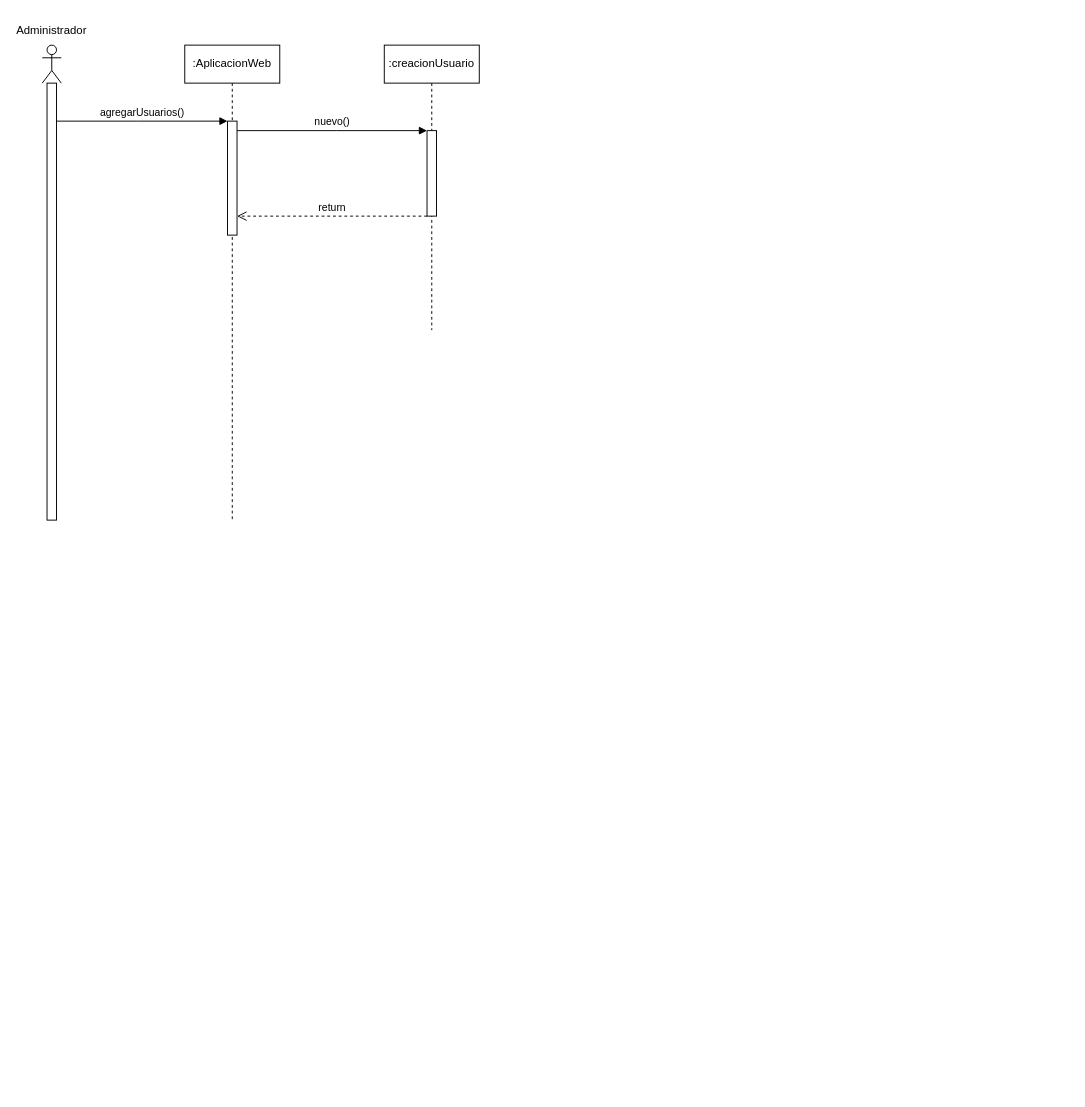
Before: diagramasSecuencias.drawio in jiPEYgi/diagramasModelamiento, a draw.io diagram. Source tidied: cells renumbered, new cells numbered last; positions are measured from the earlier drawing's top-left corner, leaving out a move shared by most shapes. Both pictures are drawn from the tidied source at 95%, with x=0, y=0 at pixel (23, 16).
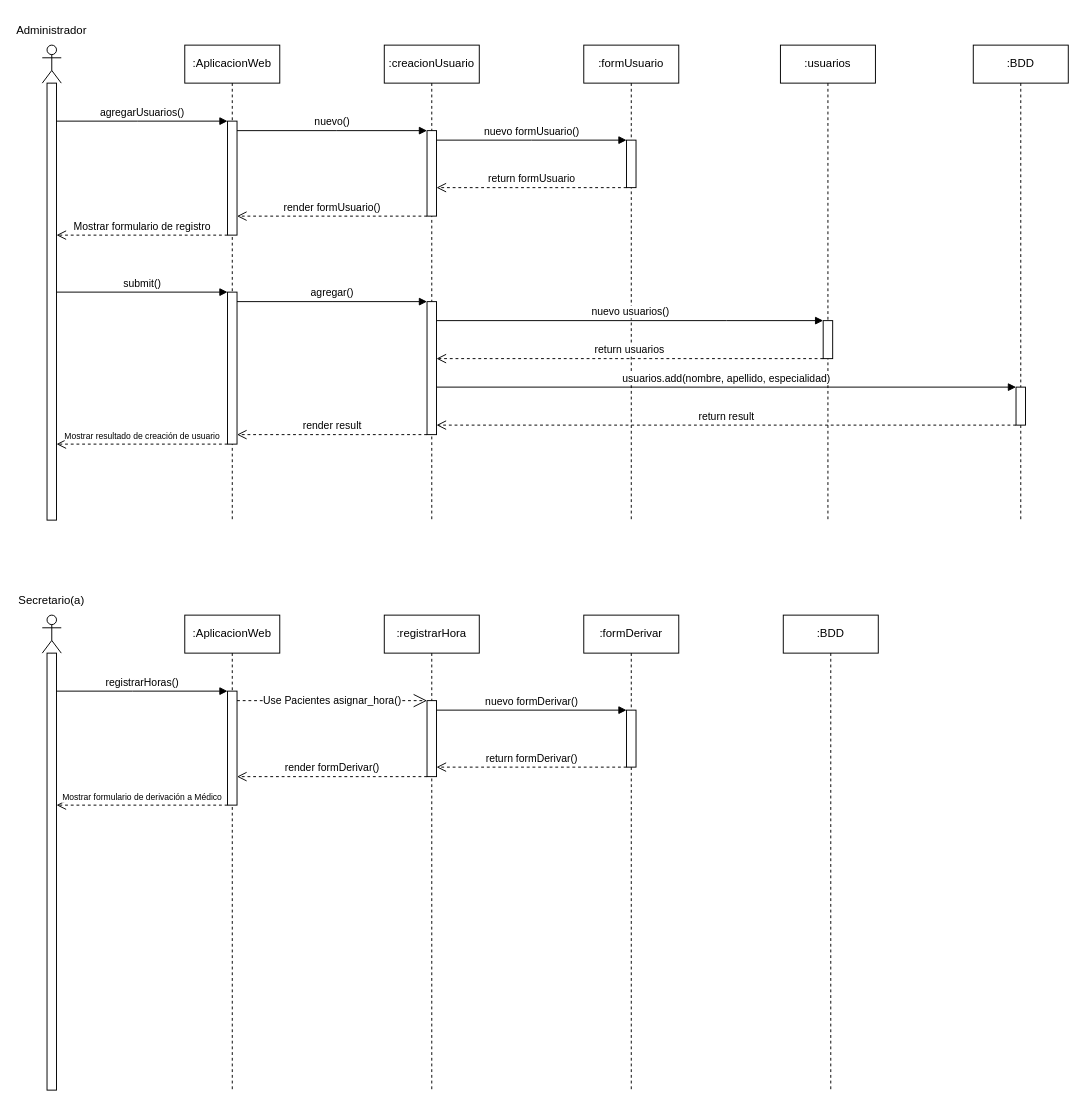
After the change.

Unchanged cells that the change refers to:
```xml
<mxCell id="5" value=":AplicacionWeb" style="shape=umlLifeline;perimeter=lifelinePerimeter;whiteSpace=wrap;html=1;newEdgeStyle={&quot;curved&quot;:0,&quot;rounded&quot;:0};" parent="1" vertex="1">
  <mxGeometry x="170" y="30" width="100" height="500" as="geometry" />
</mxCell>
<mxCell id="6" style="html=1;points=[[0,0,0,0,5],[0,1,0,0,-5],[1,0,0,0,5],[1,1,0,0,-5]];perimeter=orthogonalPerimeter;outlineConnect=0;targetShapes=umlLifeline;portConstraint=eastwest;newEdgeStyle={&quot;curved&quot;:0,&quot;rounded&quot;:0};" parent="5" vertex="1">
  <mxGeometry x="45" y="80" width="10" height="120" as="geometry" />
</mxCell>
<mxCell id="9" style="html=1;points=[[0,0,0,0,5],[0,1,0,0,-5],[1,0,0,0,5],[1,1,0,0,-5]];perimeter=orthogonalPerimeter;outlineConnect=0;targetShapes=umlLifeline;portConstraint=eastwest;newEdgeStyle={&quot;curved&quot;:0,&quot;rounded&quot;:0};" parent="8" vertex="1">
  <mxGeometry x="45" y="90" width="10" height="90" as="geometry" />
</mxCell>
```

What changed in the source:
```diff
@@
+    <mxCell id="12" style="html=1;points=[[0,0,0,0,5],[0,1,0,0,-5],[1,0,0,0,5],[1,1,0,0,-5]];perimeter=orthogonalPerimeter;outlineConnect=0;targetShapes=umlLifeline;portConstraint=eastwest;newEdgeStyle={&quot;curved&quot;:0,&quot;rounded&quot;:0};" parent="5" vertex="1">
+      <mxGeometry x="45" y="260" width="10" height="160" as="geometry" />
+    </mxCell>
@@
     <mxCell id="8" value=":creacionUsuario" style="shape=umlLifeline;perimeter=lifelinePerimeter;whiteSpace=wrap;html=1;newEdgeStyle={&quot;curved&quot;:0,&quot;rounded&quot;:0};" parent="1" vertex="1">
-      <mxGeometry x="380" y="30" width="100" height="300" as="geometry" />
+      <mxGeometry x="380" y="30" width="100" height="500" as="geometry" />
     </mxCell>
@@
+    <mxCell id="13" style="html=1;points=[[0,0,0,0,5],[0,1,0,0,-5],[1,0,0,0,5],[1,1,0,0,-5]];perimeter=orthogonalPerimeter;outlineConnect=0;targetShapes=umlLifeline;portConstraint=eastwest;newEdgeStyle={&quot;curved&quot;:0,&quot;rounded&quot;:0};" parent="8" vertex="1">
+      <mxGeometry x="45" y="270" width="10" height="140" as="geometry" />
+    </mxCell>
@@
-    <mxCell id="11" value="return" style="html=1;verticalAlign=bottom;endArrow=open;dashed=1;endSize=8;curved=0;rounded=0;" parent="1" edge="1" source="9" target="6">
+    <mxCell id="11" value="render formUsuario()" style="html=1;verticalAlign=bottom;endArrow=open;dashed=1;endSize=8;curved=0;rounded=0;" parent="1" edge="1" source="9" target="6">
       <mxGeometry relative="1" as="geometry">
         <Array as="points">
           <mxPoint x="330" y="210" />
         </Array>
       </mxGeometry>
     </mxCell>
+    <mxCell id="14" value=":formUsuario" style="shape=umlLifeline;perimeter=lifelinePerimeter;whiteSpace=wrap;html=1;newEdgeStyle={&quot;curved&quot;:0,&quot;rounded&quot;:0};" parent="1" vertex="1">
+      <mxGeometry x="590" y="30" width="100" height="500" as="geometry" />
+    </mxCell>
+    <mxCell id="15" style="html=1;points=[[0,0,0,0,5],[0,1,0,0,-5],[1,0,0,0,5],[1,1,0,0,-5]];perimeter=orthogonalPerimeter;outlineConnect=0;targetShapes=umlLifeline;portConstraint=eastwest;newEdgeStyle={&quot;curved&quot;:0,&quot;rounded&quot;:0};" parent="14" vertex="1">
+      <mxGeometry x="45" y="100" width="10" height="50" as="geometry" />
+    </mxCell>
+    <mxCell id="16" value="nuevo formUsuario()" style="html=1;verticalAlign=bottom;endArrow=block;curved=0;rounded=0;" parent="1" edge="1" source="9" target="15">
+      <mxGeometry relative="1" as="geometry">
+        <Array as="points">
+          <mxPoint x="535" y="130" />
+        </Array>
+      </mxGeometry>
+    </mxCell>
+    <mxCell id="17" value="return formUsuario" style="html=1;verticalAlign=bottom;endArrow=open;dashed=1;endSize=8;curved=0;rounded=0;" parent="1" edge="1" source="15" target="9">
+      <mxGeometry relative="1" as="geometry">
+        <Array as="points">
+          <mxPoint x="530" y="180" />
+        </Array>
+      </mxGeometry>
+    </mxCell>
+    <mxCell id="18" value="Mostrar formulario de registro" style="html=1;verticalAlign=bottom;endArrow=open;dashed=1;endSize=8;curved=0;rounded=0;" parent="1" edge="1">
+      <mxGeometry relative="1" as="geometry">
+        <mxPoint x="215" y="230" as="sourcePoint" />
+        <mxPoint x="35" y="230" as="targetPoint" />
+      </mxGeometry>
+    </mxCell>
+    <mxCell id="19" value="submit()" style="html=1;verticalAlign=bottom;endArrow=block;curved=0;rounded=0;" parent="1" edge="1">
+      <mxGeometry relative="1" as="geometry">
+        <mxPoint x="35" y="290" as="sourcePoint" />
+        <mxPoint x="215" y="290" as="targetPoint" />
+      </mxGeometry>
+    </mxCell>
+    <mxCell id="20" value="agregar()" style="html=1;verticalAlign=bottom;endArrow=block;curved=0;rounded=0;" parent="1" edge="1">
+      <mxGeometry relative="1" as="geometry">
+        <mxPoint x="225" y="300" as="sourcePoint" />
+        <mxPoint x="425" y="300" as="targetPoint" />
+        <Array as="points">
+          <mxPoint x="325" y="300" />
+        </Array>
+      </mxGeometry>
+    </mxCell>
+    <mxCell id="21" value=":usuarios" style="shape=umlLifeline;perimeter=lifelinePerimeter;whiteSpace=wrap;html=1;newEdgeStyle={&quot;curved&quot;:0,&quot;rounded&quot;:0};" parent="1" vertex="1">
+      <mxGeometry x="797" y="30" width="100" height="500" as="geometry" />
+    </mxCell>
+    <mxCell id="22" style="html=1;points=[[0,0,0,0,5],[0,1,0,0,-5],[1,0,0,0,5],[1,1,0,0,-5]];perimeter=orthogonalPerimeter;outlineConnect=0;targetShapes=umlLifeline;portConstraint=eastwest;newEdgeStyle={&quot;curved&quot;:0,&quot;rounded&quot;:0};" parent="21" vertex="1">
+      <mxGeometry x="45" y="290" width="10" height="40" as="geometry" />
+    </mxCell>
+    <mxCell id="23" value="nuevo usuarios()" style="html=1;verticalAlign=bottom;endArrow=block;curved=0;rounded=0;" parent="1" edge="1" source="13" target="22">
+      <mxGeometry relative="1" as="geometry">
+        <Array as="points">
+          <mxPoint x="740" y="320" />
+        </Array>
+      </mxGeometry>
+    </mxCell>
+    <mxCell id="24" value="return usuarios" style="html=1;verticalAlign=bottom;endArrow=open;dashed=1;endSize=8;curved=0;rounded=0;" parent="1" edge="1">
+      <mxGeometry relative="1" as="geometry">
+        <mxPoint x="842" y="360" as="sourcePoint" />
+        <mxPoint x="435" y="360" as="targetPoint" />
+      </mxGeometry>
+    </mxCell>
+    <mxCell id="25" value=":BDD" style="shape=umlLifeline;perimeter=lifelinePerimeter;whiteSpace=wrap;html=1;newEdgeStyle={&quot;curved&quot;:0,&quot;rounded&quot;:0};" parent="1" vertex="1">
+      <mxGeometry x="1000" y="30" width="100" height="500" as="geometry" />
+    </mxCell>
+    <mxCell id="26" style="html=1;points=[[0,0,0,0,5],[0,1,0,0,-5],[1,0,0,0,5],[1,1,0,0,-5]];perimeter=orthogonalPerimeter;outlineConnect=0;targetShapes=umlLifeline;portConstraint=eastwest;newEdgeStyle={&quot;curved&quot;:0,&quot;rounded&quot;:0};" parent="25" vertex="1">
+      <mxGeometry x="45" y="360" width="10" height="40" as="geometry" />
+    </mxCell>
+    <mxCell id="27" value="usuarios.add(nombre, apellido, especialidad)" style="html=1;verticalAlign=bottom;endArrow=block;curved=0;rounded=0;" parent="1" edge="1" source="13" target="26">
+      <mxGeometry relative="1" as="geometry" />
+    </mxCell>
+    <mxCell id="28" value="return result" style="html=1;verticalAlign=bottom;endArrow=open;dashed=1;endSize=8;curved=0;rounded=0;" parent="1" edge="1">
+      <mxGeometry relative="1" as="geometry">
+        <mxPoint x="1045" y="430" as="sourcePoint" />
+        <mxPoint x="435" y="430" as="targetPoint" />
+      </mxGeometry>
+    </mxCell>
+    <mxCell id="29" value="render result" style="html=1;verticalAlign=bottom;endArrow=open;dashed=1;endSize=8;curved=0;rounded=0;" parent="1" edge="1" source="13" target="12">
+      <mxGeometry relative="1" as="geometry">
+        <Array as="points">
+          <mxPoint x="325" y="440" />
+        </Array>
+      </mxGeometry>
+    </mxCell>
+    <mxCell id="30" value="&lt;font style=&quot;font-size: 9px;&quot;&gt;Mostrar resultado de creación de usuario&lt;/font&gt;" style="html=1;verticalAlign=bottom;endArrow=open;dashed=1;endSize=8;curved=0;rounded=0;" parent="1" edge="1">
+      <mxGeometry relative="1" as="geometry">
+        <mxPoint x="215" y="450" as="sourcePoint" />
+        <mxPoint x="35" y="450" as="targetPoint" />
+      </mxGeometry>
+    </mxCell>
+    <mxCell id="31" style="shape=umlLifeline;perimeter=lifelinePerimeter;whiteSpace=wrap;html=1;newEdgeStyle={&quot;curved&quot;:0,&quot;rounded&quot;:0};participant=umlActor;" parent="1" vertex="1">
+      <mxGeometry x="20" y="630" width="20" height="500" as="geometry" />
+    </mxCell>
+    <mxCell id="32" style="html=1;points=[[0,0,0,0,5],[0,1,0,0,-5],[1,0,0,0,5],[1,1,0,0,-5]];perimeter=orthogonalPerimeter;outlineConnect=0;targetShapes=umlLifeline;portConstraint=eastwest;newEdgeStyle={&quot;curved&quot;:0,&quot;rounded&quot;:0};" parent="31" vertex="1">
+      <mxGeometry x="5" y="40" width="10" height="460" as="geometry" />
+    </mxCell>
+    <mxCell id="33" value="Secretario(a)" style="text;html=1;whiteSpace=wrap;strokeColor=none;fillColor=none;align=center;verticalAlign=middle;rounded=0;" parent="1" vertex="1">
+      <mxGeometry y="600" width="60" height="30" as="geometry" />
+    </mxCell>
+    <mxCell id="34" value=":AplicacionWeb" style="shape=umlLifeline;perimeter=lifelinePerimeter;whiteSpace=wrap;html=1;newEdgeStyle={&quot;curved&quot;:0,&quot;rounded&quot;:0};" parent="1" vertex="1">
+      <mxGeometry x="170" y="630" width="100" height="500" as="geometry" />
+    </mxCell>
+    <mxCell id="35" style="html=1;points=[[0,0,0,0,5],[0,1,0,0,-5],[1,0,0,0,5],[1,1,0,0,-5]];perimeter=orthogonalPerimeter;outlineConnect=0;targetShapes=umlLifeline;portConstraint=eastwest;newEdgeStyle={&quot;curved&quot;:0,&quot;rounded&quot;:0};" parent="34" vertex="1">
+      <mxGeometry x="45" y="80" width="10" height="120" as="geometry" />
+    </mxCell>
+    <mxCell id="36" value=":registrarHora" style="shape=umlLifeline;perimeter=lifelinePerimeter;whiteSpace=wrap;html=1;newEdgeStyle={&quot;curved&quot;:0,&quot;rounded&quot;:0};" parent="1" vertex="1">
+      <mxGeometry x="380" y="630" width="100" height="500" as="geometry" />
+    </mxCell>
+    <mxCell id="37" style="html=1;perimeter=orthogonalPerimeter;targetShapes=umlLifeline;newEdgeStyle={&quot;curved&quot;:0,&quot;rounded&quot;:0};" parent="36" vertex="1">
+      <mxGeometry x="45" y="90" width="10" height="80" as="geometry" />
+    </mxCell>
+    <mxCell id="38" value=":formDerivar" style="shape=umlLifeline;perimeter=lifelinePerimeter;whiteSpace=wrap;html=1;newEdgeStyle={&quot;curved&quot;:0,&quot;rounded&quot;:0};" parent="1" vertex="1">
+      <mxGeometry x="590" y="630" width="100" height="500" as="geometry" />
+    </mxCell>
+    <mxCell id="39" style="html=1;perimeter=orthogonalPerimeter;targetShapes=umlLifeline;newEdgeStyle={&quot;curved&quot;:0,&quot;rounded&quot;:0};" parent="38" vertex="1">
+      <mxGeometry x="45" y="100" width="10" height="60" as="geometry" />
+    </mxCell>
+    <mxCell id="40" value=":BDD" style="shape=umlLifeline;perimeter=lifelinePerimeter;whiteSpace=wrap;html=1;newEdgeStyle={&quot;curved&quot;:0,&quot;rounded&quot;:0};" parent="1" vertex="1">
+      <mxGeometry x="800" y="630" width="100" height="500" as="geometry" />
+    </mxCell>
+    <mxCell id="41" value="registrarHoras()" style="html=1;verticalAlign=bottom;endArrow=block;curved=0;rounded=0;" parent="1" edge="1" source="32" target="35">
+      <mxGeometry relative="1" as="geometry">
+        <Array as="points">
+          <mxPoint x="115" y="710" />
+        </Array>
+      </mxGeometry>
+    </mxCell>
+    <mxCell id="42" value="Use Pacientes asignar_hora()" style="endArrow=open;endSize=12;dashed=1;html=1;rounded=0;" parent="1" edge="1">
+      <mxGeometry relative="1" as="geometry">
+        <mxPoint x="225" y="720" as="sourcePoint" />
+        <mxPoint x="425" y="720" as="targetPoint" />
+      </mxGeometry>
+    </mxCell>
+    <mxCell id="43" value="nuevo formDerivar()" style="html=1;verticalAlign=bottom;endArrow=block;curved=0;rounded=0;" parent="1" edge="1">
+      <mxGeometry relative="1" as="geometry">
+        <mxPoint x="435" y="730" as="sourcePoint" />
+        <mxPoint x="635" y="730" as="targetPoint" />
+      </mxGeometry>
+    </mxCell>
+    <mxCell id="44" value="return formDerivar()" style="html=1;verticalAlign=bottom;endArrow=open;dashed=1;endSize=8;curved=0;rounded=0;" parent="1" edge="1">
+      <mxGeometry relative="1" as="geometry">
+        <mxPoint x="635" y="790" as="sourcePoint" />
+        <mxPoint x="435" y="790" as="targetPoint" />
+      </mxGeometry>
+    </mxCell>
+    <mxCell id="45" value="render formDerivar()" style="html=1;verticalAlign=bottom;endArrow=open;dashed=1;endSize=8;curved=0;rounded=0;" parent="1" edge="1">
+      <mxGeometry relative="1" as="geometry">
+        <mxPoint x="425" y="800" as="sourcePoint" />
+        <mxPoint x="225" y="800" as="targetPoint" />
+      </mxGeometry>
+    </mxCell>
+    <mxCell id="46" value="&lt;font style=&quot;font-size: 9px;&quot;&gt;Mostrar formulario de derivación a Médico&lt;/font&gt;" style="html=1;verticalAlign=bottom;endArrow=open;dashed=1;endSize=8;curved=0;rounded=0;" parent="1" edge="1" source="35" target="32">
+      <mxGeometry relative="1" as="geometry">
+        <Array as="points">
+          <mxPoint x="120" y="830" />
+        </Array>
+      </mxGeometry>
+    </mxCell>
```
